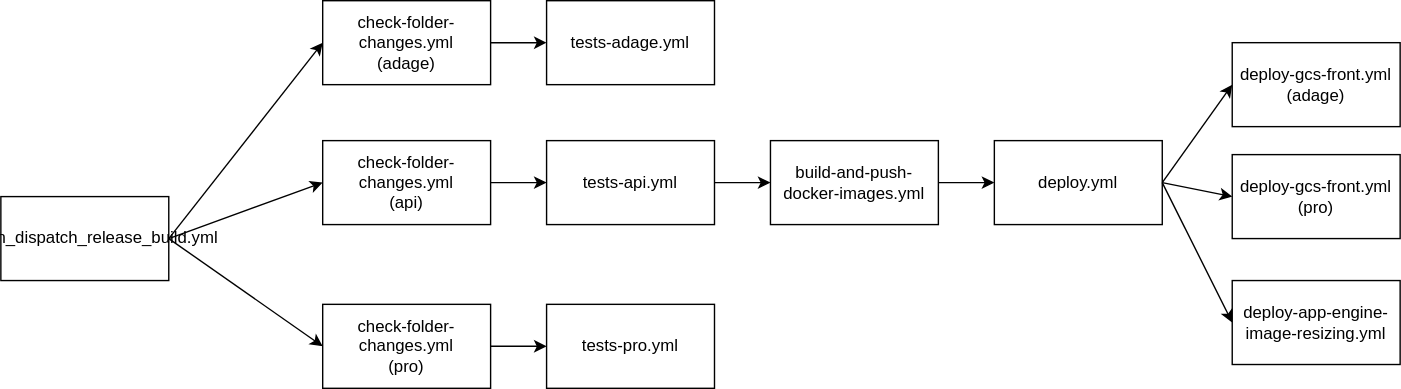
Above: .github/workflows/img/test-main.drawio.svg in pass-culture/pass-culture-main (draw.io), before the change. Source tidied: cells renumbered, new cells last; positions are measured from the earlier drawing's top-left corner, leaving out a move shared by most shapes.
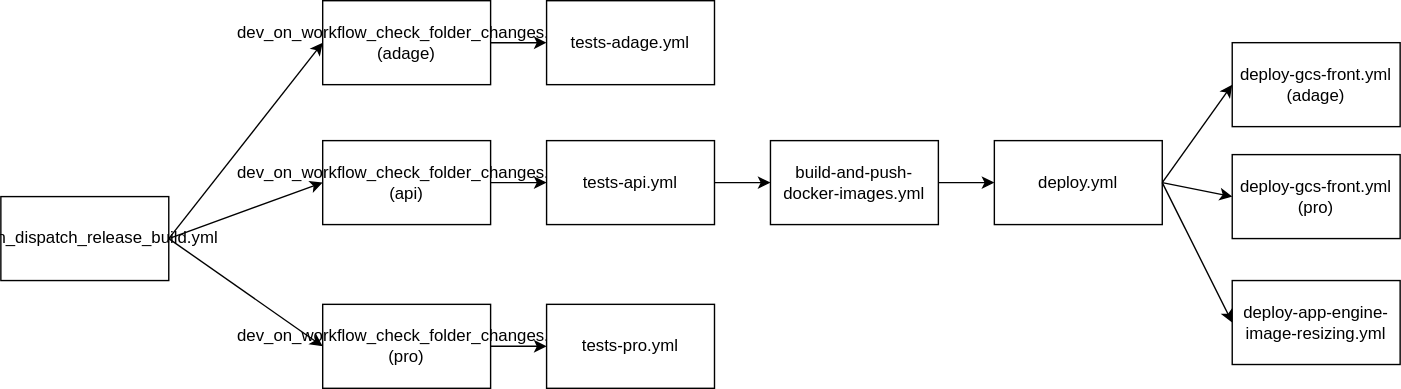
The same file after the commit.

The edit, as a diff of the source:
```diff
@@ -5,13 +5,13 @@
     <mxCell id="2" value="dev_on_dispatch_release_build.yml" style="whiteSpace=wrap;html=1;" parent="1" vertex="1">
       <mxGeometry y="140" width="120" height="60" as="geometry" />
     </mxCell>
-    <mxCell id="3" value="check-folder-changes.yml&lt;br&gt;&lt;div&gt;(adage)&lt;/div&gt;" style="whiteSpace=wrap;html=1;" parent="1" vertex="1">
+    <mxCell id="3" value="dev_on_workflow_check_folder_changes.yml&lt;br&gt;&lt;div&gt;(adage)&lt;/div&gt;" style="whiteSpace=wrap;html=1;" parent="1" vertex="1">
       <mxGeometry x="230" width="120" height="60" as="geometry" />
     </mxCell>
-    <mxCell id="4" value="check-folder-changes.yml&lt;br&gt;&lt;div&gt;(api)&lt;/div&gt;" style="whiteSpace=wrap;html=1;" parent="1" vertex="1">
+    <mxCell id="4" value="dev_on_workflow_check_folder_changes.yml&lt;br&gt;&lt;div&gt;(api)&lt;/div&gt;" style="whiteSpace=wrap;html=1;" parent="1" vertex="1">
       <mxGeometry x="230" y="100" width="120" height="60" as="geometry" />
     </mxCell>
-    <mxCell id="5" value="check-folder-changes.yml&lt;br&gt;&lt;div&gt;(pro)&lt;/div&gt;" style="whiteSpace=wrap;html=1;" parent="1" vertex="1">
+    <mxCell id="5" value="dev_on_workflow_check_folder_changes.yml&lt;br&gt;&lt;div&gt;(pro)&lt;/div&gt;" style="whiteSpace=wrap;html=1;" parent="1" vertex="1">
       <mxGeometry x="230" y="217" width="120" height="60" as="geometry" />
     </mxCell>
     <mxCell id="6" value="tests-adage.yml" style="whiteSpace=wrap;html=1;" parent="1" vertex="1">
```
